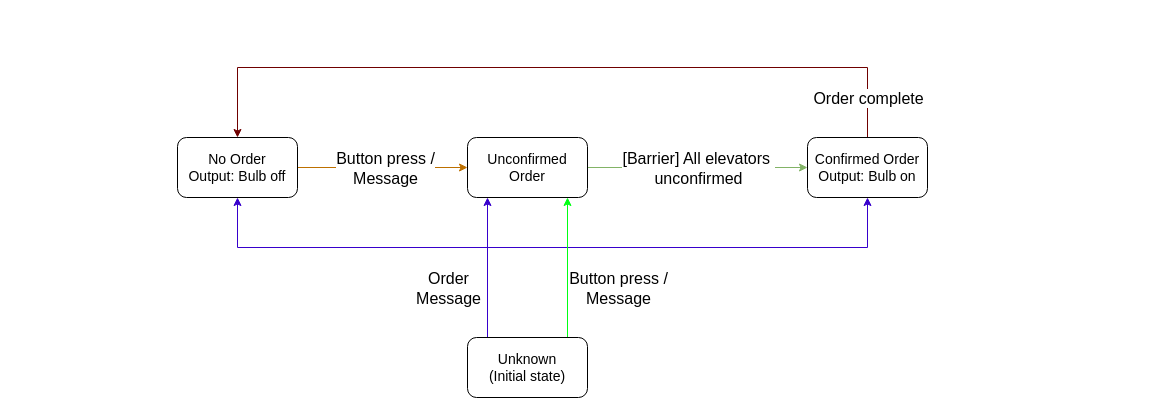
This is Documentation/orderState.drawio from jensmunkerud/ElevatorProject, a draw.io file, before an edit. Source tidied: cells renumbered, new cells numbered last; positions are measured from the earlier drawing's top-left corner, leaving out a move shared by most shapes. Both pictures are drawn from the tidied source at 100%, with x=0, y=0 at pixel (177, 67).
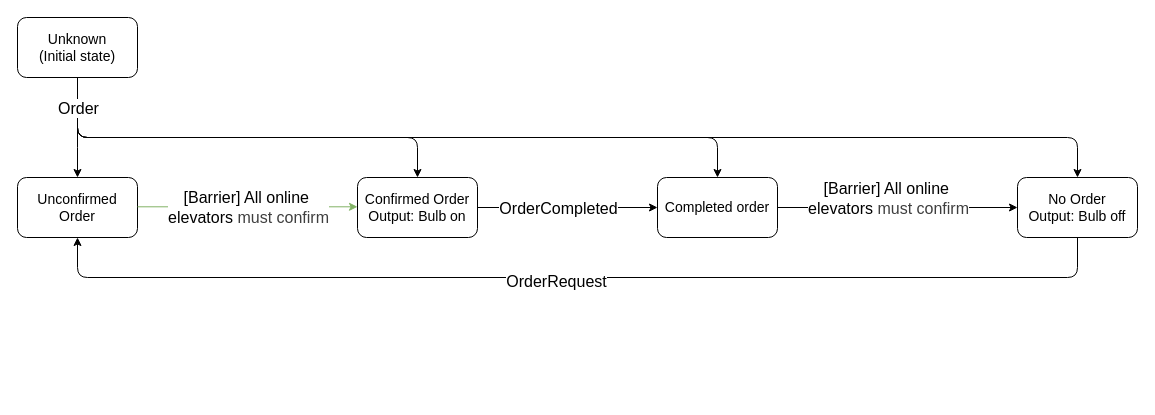
The same page after the edit.

What changed in the source:
```diff
@@
+    <mxCell id="18" style="edgeStyle=none;html=1;rounded=1;curved=0;" parent="1" edge="1" source="17" target="7">
+      <mxGeometry relative="1" as="geometry">
+        <Array as="points">
+          <mxPoint x="-100" y="70" />
+        </Array>
+      </mxGeometry>
+    </mxCell>
+    <mxCell id="13" style="edgeStyle=none;html=1;entryX=0.5;entryY=0;entryDx=0;entryDy=0;rounded=1;curved=0;" parent="1" edge="1" source="17" target="10">
+      <mxGeometry relative="1" as="geometry">
+        <Array as="points">
+          <mxPoint x="-100" y="70" />
+          <mxPoint x="240" y="70" />
+        </Array>
+      </mxGeometry>
+    </mxCell>
+    <mxCell id="19" style="edgeStyle=none;html=1;entryX=0.5;entryY=0;entryDx=0;entryDy=0;rounded=1;curved=0;" parent="1" edge="1" source="17" target="24">
+      <mxGeometry relative="1" as="geometry">
+        <Array as="points">
+          <mxPoint x="-100" y="70" />
+          <mxPoint x="540" y="70" />
+        </Array>
+      </mxGeometry>
+    </mxCell>
+    <mxCell id="14" style="edgeStyle=none;html=1;entryX=0.5;entryY=0;entryDx=0;entryDy=0;rounded=1;curved=0;" parent="1" edge="1" source="17" target="4">
+      <mxGeometry relative="1" as="geometry">
+        <Array as="points">
+          <mxPoint x="-100" y="70" />
+          <mxPoint x="900" y="70" />
+        </Array>
+      </mxGeometry>
+    </mxCell>
+    <mxCell id="17" value="Unknown&lt;div&gt;(Initial state)&lt;/div&gt;" style="rounded=1;whiteSpace=wrap;html=1;fontSize=14;" parent="1" vertex="1">
+      <mxGeometry x="-160" y="-50" width="120" height="60" as="geometry" />
+    </mxCell>
+    <mxCell id="7" value="Unconfirmed Order" style="rounded=1;whiteSpace=wrap;html=1;fontSize=14;" parent="1" vertex="1">
+      <mxGeometry x="-160" y="110" width="120" height="60" as="geometry" />
+    </mxCell>
+    <mxCell id="20" style="edgeStyle=none;html=1;entryX=0;entryY=0.5;entryDx=0;entryDy=0;" parent="1" edge="1" source="10" target="24">
+      <mxGeometry relative="1" as="geometry" />
+    </mxCell>
+    <mxCell id="10" value="Confirmed Order&lt;div&gt;Output: Bulb on&lt;/div&gt;" style="rounded=1;whiteSpace=wrap;html=1;fontSize=14;" parent="1" vertex="1">
+      <mxGeometry x="180" y="110" width="120" height="60" as="geometry" />
+    </mxCell>
+    <mxCell id="21" style="edgeStyle=orthogonalEdgeStyle;rounded=0;orthogonalLoop=1;jettySize=auto;html=1;entryX=0;entryY=0.5;entryDx=0;entryDy=0;fillColor=#d5e8d4;strokeColor=light-dark(#82B366,#2C6700);gradientColor=#97d077;" parent="1" edge="1">
+      <mxGeometry relative="1" as="geometry">
+        <mxPoint x="-40" y="139.3" as="sourcePoint" />
+        <mxPoint x="180" y="139.3" as="targetPoint" />
+      </mxGeometry>
+    </mxCell>
+    <mxCell id="22" value="[Barrier] All online&amp;nbsp;&lt;div&gt;elevators&amp;nbsp;&lt;span style=&quot;color: rgb(63, 63, 63); background-color: light-dark(#ffffff, var(--ge-dark-color, #121212));&quot;&gt;must confirm&lt;/span&gt;&lt;/div&gt;" style="edgeLabel;html=1;align=center;verticalAlign=middle;fontSize=16;" parent="21" vertex="1">
+      <mxGeometry x="0.1" y="-2" relative="1" as="geometry">
+        <mxPoint x="-11" y="-2" as="offset" />
+      </mxGeometry>
+    </mxCell>
+    <mxCell id="23" style="edgeStyle=none;html=1;entryX=0;entryY=0.5;entryDx=0;entryDy=0;" parent="1" edge="1" source="24" target="4">
+      <mxGeometry relative="1" as="geometry" />
+    </mxCell>
+    <mxCell id="24" value="Completed order" style="rounded=1;whiteSpace=wrap;html=1;fontSize=14;" parent="1" vertex="1">
+      <mxGeometry x="480" y="110" width="120" height="60" as="geometry" />
+    </mxCell>
-    <mxCell id="2" style="edgeStyle=orthogonalEdgeStyle;rounded=0;jettySize=auto;html=1;entryX=0;entryY=0.5;entryDx=0;entryDy=0;fillColor=#f0a30a;strokeColor=light-dark(#BD7000,#FFAA09);" parent="1" edge="1" source="4" target="7">
-      <mxGeometry relative="1" as="geometry" />
+    <mxCell id="2" style="edgeStyle=none;html=1;entryX=0.5;entryY=1;entryDx=0;entryDy=0;rounded=1;curved=0;" parent="1" edge="1" source="4" target="7">
+      <mxGeometry relative="1" as="geometry">
+        <Array as="points">
+          <mxPoint x="900" y="210" />
+          <mxPoint x="360" y="210" />
+          <mxPoint x="-100" y="210" />
+        </Array>
+      </mxGeometry>
     </mxCell>
-    <mxCell id="3" value="Button press&amp;nbsp;&lt;span style=&quot;background-color: light-dark(#ffffff, var(--ge-dark-color, #121212)); color: light-dark(rgb(0, 0, 0), rgb(255, 255, 255));&quot;&gt;/&lt;/span&gt;&lt;div&gt;&lt;span style=&quot;background-color: light-dark(#ffffff, var(--ge-dark-color, #121212)); color: light-dark(rgb(0, 0, 0), rgb(255, 255, 255));&quot;&gt;Message&lt;/span&gt;&lt;/div&gt;" style="edgeLabel;html=1;align=center;verticalAlign=middle;fontSize=16;" parent="2" vertex="1">
-      <mxGeometry x="0.3" y="3" relative="1" as="geometry">
-        <mxPoint x="-24" y="3" as="offset" />
-      </mxGeometry>
-    </mxCell>
+    <mxCell id="25" value="&lt;font style=&quot;font-size: 16px;&quot;&gt;OrderRequest&lt;/font&gt;" style="edgeLabel;html=1;align=center;verticalAlign=middle;" parent="2" vertex="1">
+      <mxGeometry x="0.04" y="3" relative="1" as="geometry" />
+    </mxCell>
     <mxCell id="4" value="No Order&lt;div&gt;Output: Bulb off&lt;/div&gt;" style="rounded=1;whiteSpace=wrap;html=1;fontSize=14;" parent="1" vertex="1">
-      <mxGeometry y="70" width="120" height="60" as="geometry" />
+      <mxGeometry x="840" y="110" width="120" height="60" as="geometry" />
     </mxCell>
-    <mxCell id="5" style="edgeStyle=orthogonalEdgeStyle;rounded=0;jettySize=auto;html=1;entryX=0;entryY=0.5;entryDx=0;entryDy=0;fillColor=#d5e8d4;strokeColor=light-dark(#82B366,#2C6700);gradientColor=#97d077;" parent="1" edge="1" source="7" target="10">
-      <mxGeometry relative="1" as="geometry" />
-    </mxCell>
-    <mxCell id="6" value="[Barrier] All elevators&amp;nbsp;&lt;div&gt;unconfirmed&lt;/div&gt;" style="edgeLabel;html=1;align=center;verticalAlign=middle;fontSize=16;" parent="5" vertex="1">
-      <mxGeometry x="0.1" y="-2" relative="1" as="geometry">
-        <mxPoint x="-11" y="-2" as="offset" />
-      </mxGeometry>
-    </mxCell>
-    <mxCell id="7" value="Unconfirmed Order" style="rounded=1;whiteSpace=wrap;html=1;fontSize=14;" parent="1" vertex="1">
-      <mxGeometry x="290" y="70" width="120" height="60" as="geometry" />
-    </mxCell>
-    <mxCell id="8" style="edgeStyle=orthogonalEdgeStyle;rounded=0;jettySize=auto;html=1;entryX=0.5;entryY=0;entryDx=0;entryDy=0;fillColor=#a20025;strokeColor=light-dark(#6F0000,#FF0800);" parent="1" edge="1" source="10" target="4">
-      <mxGeometry relative="1" as="geometry">
-        <Array as="points">
-          <mxPoint x="690" />
-          <mxPoint x="60" />
-        </Array>
-      </mxGeometry>
-    </mxCell>
-    <mxCell id="9" value="Order complete" style="edgeLabel;html=1;align=center;verticalAlign=middle;fontSize=16;" parent="8" vertex="1">
-      <mxGeometry x="-0.06" y="3" relative="1" as="geometry">
-        <mxPoint x="292" y="27" as="offset" />
-      </mxGeometry>
-    </mxCell>
-    <mxCell id="10" value="Confirmed Order&lt;div&gt;Output: Bulb on&lt;/div&gt;" style="rounded=1;whiteSpace=wrap;html=1;fontSize=14;" parent="1" vertex="1">
-      <mxGeometry x="630" y="70" width="120" height="60" as="geometry" />
-    </mxCell>
-    <mxCell id="11" style="edgeStyle=orthogonalEdgeStyle;rounded=0;jettySize=auto;html=1;fillColor=#6a00ff;strokeColor=light-dark(#3700CC,#D400FF);" parent="1" edge="1" source="17">
-      <mxGeometry relative="1" as="geometry">
-        <mxPoint x="310" y="130" as="targetPoint" />
-        <Array as="points">
-          <mxPoint x="310" y="130" />
-        </Array>
-      </mxGeometry>
-    </mxCell>
-    <mxCell id="12" value="Order&lt;div&gt;Message&lt;/div&gt;" style="edgeLabel;html=1;align=center;verticalAlign=middle;fontSize=16;" parent="11" vertex="1">
-      <mxGeometry x="-0.26" relative="1" as="geometry">
-        <mxPoint x="-40" y="2" as="offset" />
-      </mxGeometry>
-    </mxCell>
-    <mxCell id="13" style="edgeStyle=orthogonalEdgeStyle;rounded=0;jettySize=auto;html=1;entryX=0.5;entryY=1;entryDx=0;entryDy=0;fillColor=#6a00ff;strokeColor=light-dark(#3700CC,#D400FF);" parent="1" edge="1" source="17" target="10">
-      <mxGeometry relative="1" as="geometry">
-        <Array as="points">
-          <mxPoint x="310" y="180" />
-          <mxPoint x="690" y="180" />
-        </Array>
-      </mxGeometry>
-    </mxCell>
-    <mxCell id="14" style="edgeStyle=orthogonalEdgeStyle;rounded=0;jettySize=auto;html=1;entryX=0.5;entryY=1;entryDx=0;entryDy=0;fillColor=#6a00ff;strokeColor=light-dark(#3700CC,#D400FF);" parent="1" edge="1" source="17" target="4">
-      <mxGeometry relative="1" as="geometry">
-        <Array as="points">
-          <mxPoint x="310" y="180" />
-          <mxPoint x="60" y="180" />
-        </Array>
-      </mxGeometry>
-    </mxCell>
-    <mxCell id="15" style="edgeStyle=orthogonalEdgeStyle;rounded=0;jettySize=auto;html=1;fontColor=light-dark(#000000,#00FF10);fillColor=#60a917;strokeColor=light-dark(#00FF13,#2BEC05);" parent="1" edge="1" source="17">
-      <mxGeometry relative="1" as="geometry">
-        <mxPoint x="390" y="130" as="targetPoint" />
-        <Array as="points">
-          <mxPoint x="390" y="300" />
-          <mxPoint x="390" y="130" />
-        </Array>
-      </mxGeometry>
-    </mxCell>
-    <mxCell id="16" value="Button press /&lt;div&gt;Message&lt;/div&gt;" style="edgeLabel;html=1;align=center;verticalAlign=middle;fontSize=16;" parent="15" vertex="1">
-      <mxGeometry x="0.01" y="-1" relative="1" as="geometry">
-        <mxPoint x="49" y="21" as="offset" />
-      </mxGeometry>
-    </mxCell>
-    <mxCell id="17" value="Unknown&lt;div&gt;(Initial state)&lt;/div&gt;" style="rounded=1;whiteSpace=wrap;html=1;fontSize=14;" parent="1" vertex="1">
-      <mxGeometry x="290" y="270" width="120" height="60" as="geometry" />
-    </mxCell>
+    <mxCell id="26" value="[Barrier] All online&amp;nbsp;&lt;div&gt;elevators&amp;nbsp;&lt;span style=&quot;color: rgb(63, 63, 63); background-color: light-dark(#ffffff, var(--ge-dark-color, #121212));&quot;&gt;must confirm&lt;/span&gt;&lt;/div&gt;" style="edgeLabel;html=1;align=center;verticalAlign=middle;fontSize=16;" parent="1" vertex="1">
+      <mxGeometry x="710" y="130" as="geometry" />
+    </mxCell>
+    <mxCell id="27" value="Order" style="edgeLabel;html=1;align=center;verticalAlign=middle;fontSize=16;" parent="1" vertex="1">
+      <mxGeometry x="-100" y="40" as="geometry" />
+    </mxCell>
+    <mxCell id="28" value="&lt;span style=&quot;font-size: 16px;&quot;&gt;OrderCompleted&lt;/span&gt;" style="edgeLabel;html=1;align=center;verticalAlign=middle;" parent="1" vertex="1">
+      <mxGeometry x="380" y="140" as="geometry" />
+    </mxCell>
```
